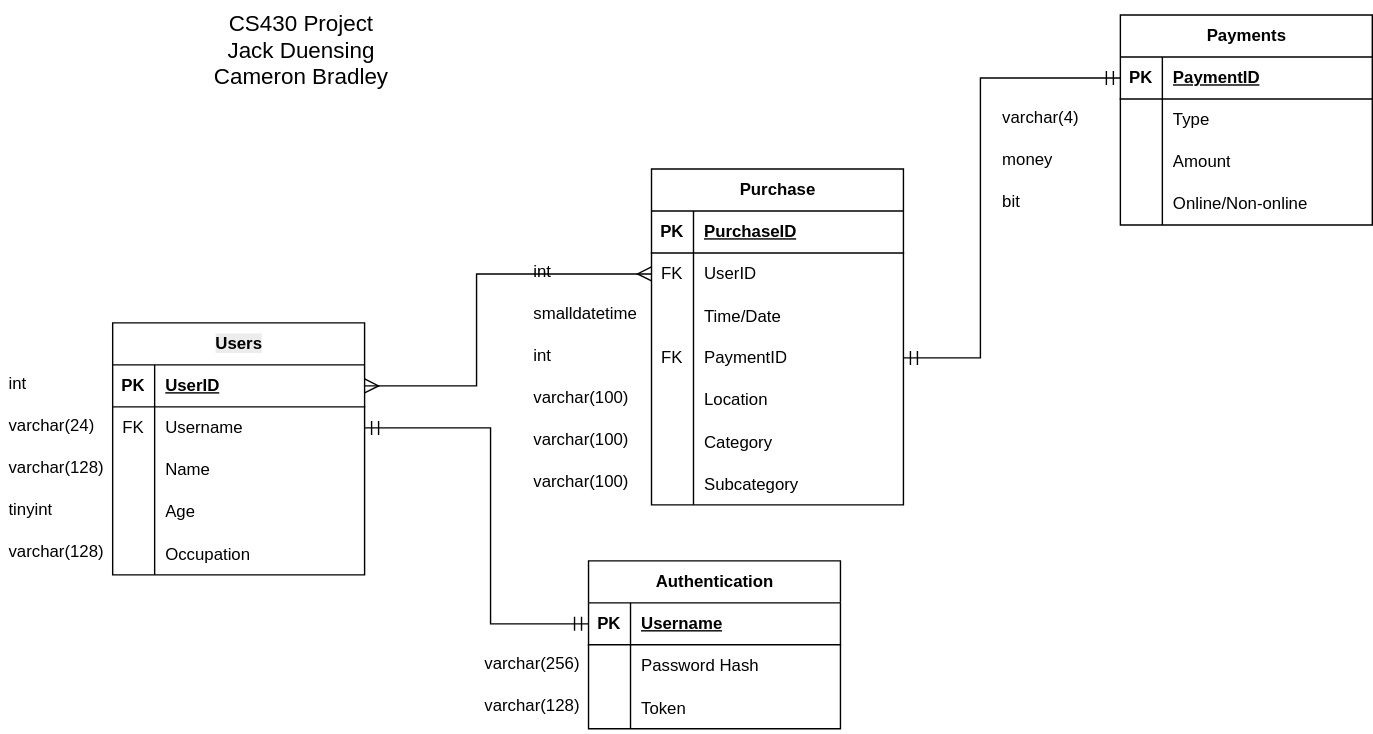
Above: Planning/CS430ProjectERD.svg in CameronJBradley2004/CS430FinalProject (draw.io), before the change. Source tidied: cells renumbered, new cells last; positions are measured from the earlier drawing's top-left corner, leaving out a move shared by most shapes.
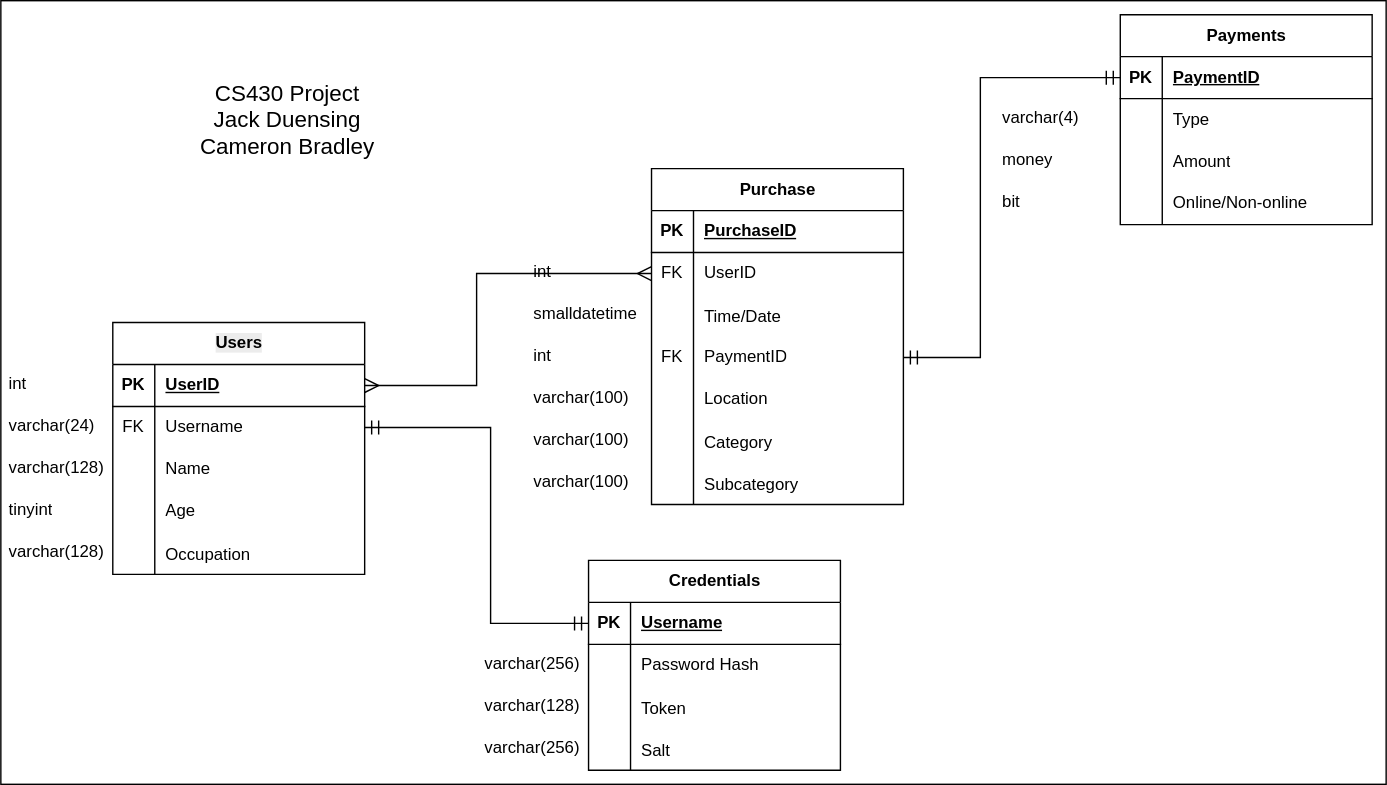
Above is the later version.

What changed in the source:
```diff
@@ -2,6 +2,9 @@
   <root>
     <mxCell id="0" />
     <mxCell id="1" parent="0" />
+    <mxCell id="85" style="rounded=0;whiteSpace=wrap;html=1;" parent="1" vertex="1">
+      <mxGeometry width="990" height="560" as="geometry" />
+    </mxCell>
     <mxCell id="2" value="&lt;span style=&quot;color: rgb(0, 0, 0); font-family: Helvetica; font-size: 12px; font-style: normal; font-variant-ligatures: normal; font-variant-caps: normal; letter-spacing: normal; orphans: 2; text-align: left; text-indent: 0px; text-transform: none; widows: 2; word-spacing: 0px; -webkit-text-stroke-width: 0px; white-space: normal; background-color: rgb(236, 236, 236); text-decoration-thickness: initial; text-decoration-style: initial; text-decoration-color: initial; float: none; display: inline !important;&quot;&gt;Users&lt;/span&gt;" style="shape=table;startSize=30;rowLines=0;fontStyle=1;align=center;html=1;" parent="1" vertex="1">
       <mxGeometry x="80" y="230" width="180" height="180" as="geometry" />
     </mxCell>
@@ -56,8 +59,8 @@
     <mxCell id="19" style="shape=partialRectangle;fillColor=none;top=0;left=0;bottom=0;right=0;overflow=hidden;whiteSpace=wrap;html=1;" parent="18" vertex="1">
       <mxGeometry width="30" height="30" as="geometry" />
     </mxCell>
-    <mxCell id="20" value="Authentication" style="shape=table;startSize=30;rowLines=0;fontStyle=1;align=center;html=1;" parent="1" vertex="1">
-      <mxGeometry x="420" y="400" width="180" height="120" as="geometry" />
+    <mxCell id="20" value="Credentials" style="shape=table;startSize=30;rowLines=0;fontStyle=1;align=center;html=1;" parent="1" vertex="1">
+      <mxGeometry x="420" y="400" width="180" height="150" as="geometry" />
     </mxCell>
     <mxCell id="21" style="shape=tableRow;horizontal=0;startSize=0;swimlaneHead=0;swimlaneBody=0;fillColor=none;points=[[0,0.5],[1,0.5]];portConstraint=eastwest;top=0;left=0;right=0;bottom=1;" parent="20" vertex="1">
       <mxGeometry y="30" width="180" height="30" as="geometry" />
@@ -77,13 +80,22 @@
     <mxCell id="26" value="Password Hash" style="shape=partialRectangle;fillColor=none;top=0;left=0;bottom=0;right=0;align=left;spacingLeft=6;overflow=hidden;whiteSpace=wrap;html=1;" parent="24" vertex="1">
       <mxGeometry x="30" width="150" height="30" as="geometry" />
     </mxCell>
+    <mxCell id="86" style="shape=tableRow;horizontal=0;startSize=0;swimlaneHead=0;swimlaneBody=0;fillColor=none;top=0;left=0;right=0;bottom=0;" parent="20" vertex="1">
+      <mxGeometry y="90" width="180" height="30" as="geometry" />
+    </mxCell>
+    <mxCell id="87" style="shape=partialRectangle;fillColor=none;top=0;left=0;bottom=0;right=0;overflow=hidden;" parent="86" vertex="1">
+      <mxGeometry width="30" height="30" as="geometry" />
+    </mxCell>
+    <mxCell id="88" value="Token" style="shape=partialRectangle;fillColor=none;top=0;left=0;bottom=0;right=0;align=left;spacingLeft=6;overflow=hidden;" parent="86" vertex="1">
+      <mxGeometry x="30" width="150" height="30" as="geometry" />
+    </mxCell>
     <mxCell id="27" style="shape=tableRow;horizontal=0;startSize=0;swimlaneHead=0;swimlaneBody=0;fillColor=none;top=0;left=0;right=0;bottom=0;" parent="20" vertex="1">
-      <mxGeometry y="90" width="180" height="30" as="geometry" />
+      <mxGeometry y="120" width="180" height="30" as="geometry" />
     </mxCell>
     <mxCell id="28" style="shape=partialRectangle;fillColor=none;top=0;left=0;bottom=0;right=0;overflow=hidden;" parent="27" vertex="1">
       <mxGeometry width="30" height="30" as="geometry" />
     </mxCell>
-    <mxCell id="29" value="Token" style="shape=partialRectangle;fillColor=none;top=0;left=0;bottom=0;right=0;align=left;spacingLeft=6;overflow=hidden;" parent="27" vertex="1">
+    <mxCell id="29" value="Salt" style="shape=partialRectangle;fillColor=none;top=0;left=0;bottom=0;right=0;align=left;spacingLeft=6;overflow=hidden;" parent="27" vertex="1">
       <mxGeometry x="30" width="150" height="30" as="geometry" />
     </mxCell>
     <mxCell id="30" style="edgeStyle=elbowEdgeStyle;fontSize=12;html=1;endArrow=ERmandOne;startArrow=ERmandOne;rounded=0;startSize=8;endSize=8;entryX=0;entryY=0.5;entryDx=0;entryDy=0;exitX=1;exitY=0.5;exitDx=0;exitDy=0;" parent="1" edge="1" source="6" target="21">
@@ -255,7 +267,7 @@
       </mxGeometry>
     </mxCell>
     <mxCell id="82" value="CS430 Project&lt;div&gt;Jack Duensing&lt;/div&gt;&lt;div&gt;Cameron Bradley&lt;/div&gt;" style="text;strokeColor=none;fillColor=none;html=1;align=center;verticalAlign=middle;whiteSpace=wrap;rounded=0;fontSize=16;" parent="1" vertex="1">
-      <mxGeometry x="110" width="210" height="70" as="geometry" />
+      <mxGeometry x="100" y="50" width="210" height="70" as="geometry" />
     </mxCell>
     <mxCell id="83" value="varchar(100)" style="text;strokeColor=none;fillColor=none;spacingLeft=4;spacingRight=4;overflow=hidden;fontSize=12;whiteSpace=wrap;html=1;" parent="1" vertex="1">
       <mxGeometry x="375" y="330" width="90" height="30" as="geometry" />
@@ -263,5 +275,8 @@
     <mxCell id="84" value="varchar(128)" style="text;strokeColor=none;fillColor=none;spacingLeft=4;spacingRight=4;overflow=hidden;fontSize=12;whiteSpace=wrap;html=1;" parent="1" vertex="1">
       <mxGeometry x="340" y="490" width="80" height="30" as="geometry" />
     </mxCell>
+    <mxCell id="89" value="varchar(256)" style="text;strokeColor=none;fillColor=none;spacingLeft=4;spacingRight=4;overflow=hidden;fontSize=12;whiteSpace=wrap;html=1;" parent="1" vertex="1">
+      <mxGeometry x="340" y="520" width="80" height="30" as="geometry" />
+    </mxCell>
   </root>
 </mxGraphModel>
```
